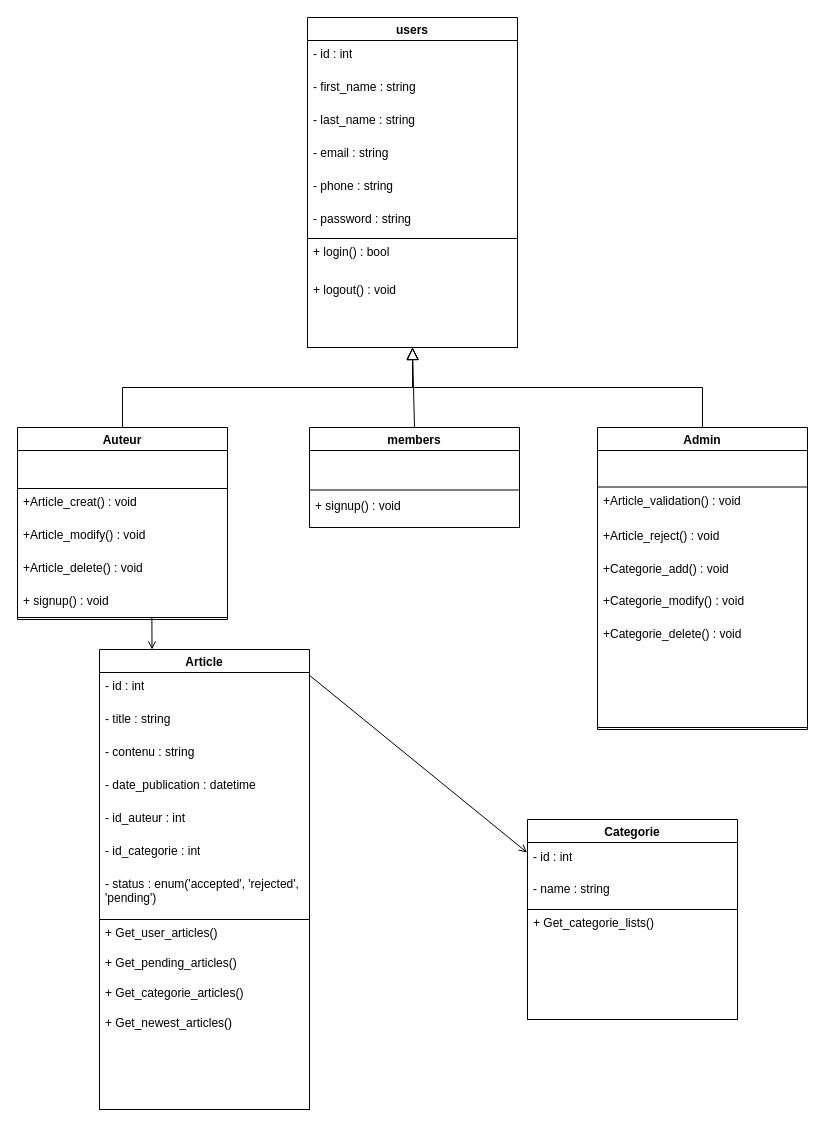
Earlier version of the draw.io diagram UML/diagram_de_classe.drawio (Abderrahman-Ahouari/brief-9-culture-sharing-platform). Source tidied: cells renumbered, new cells numbered last; positions are measured from the earlier drawing's top-left corner, leaving out a move shared by most shapes. Both pictures are drawn from the tidied source at 100%, with x=0, y=0 at pixel (17, 17).
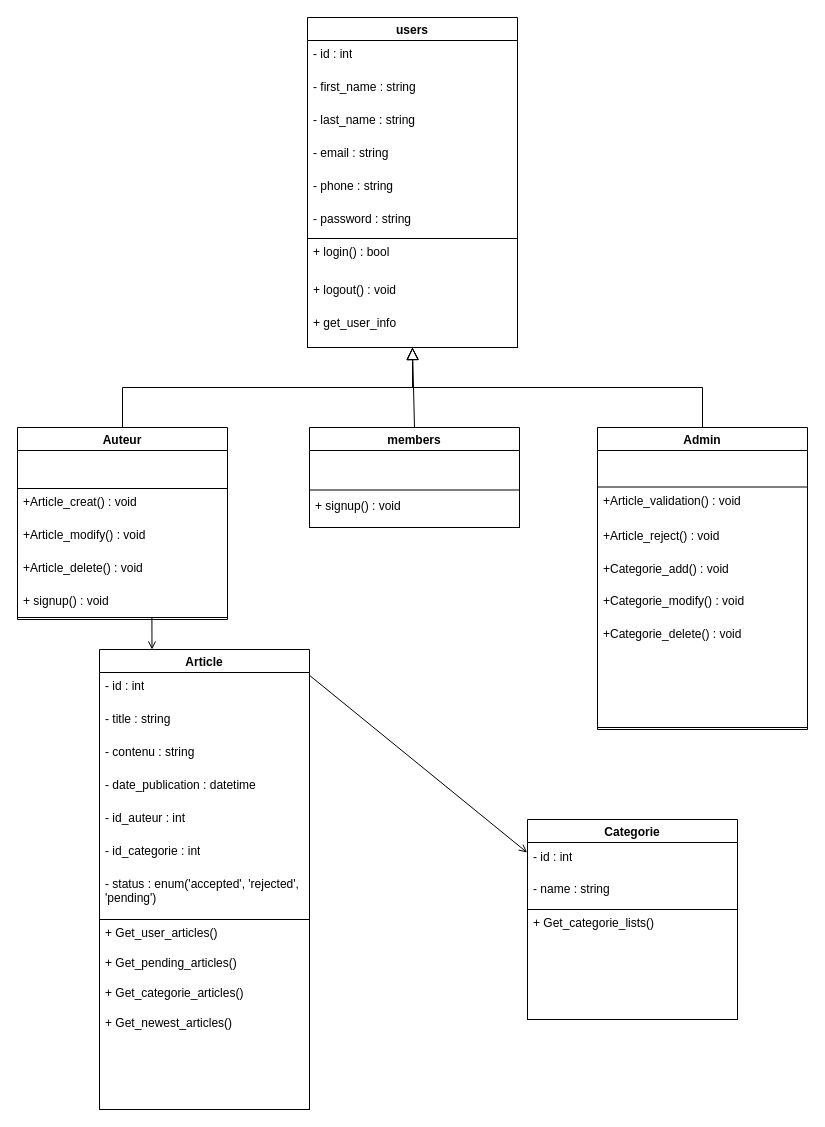
The same diagram, later.

Commit message (it also covers changes not shown here):
the author can see his profile info correctly and now i am gonna start on adding article

Unchanged cells that the change refers to:
```xml
<mxCell id="2" value="users" style="swimlane;" parent="1" vertex="1">
  <mxGeometry x="290" width="210" height="330" as="geometry" />
</mxCell>
```

Change to the diagram source:
```diff
@@
+    <mxCell id="51" value="+ get_user_info" style="text;strokeColor=none;fillColor=none;align=left;verticalAlign=top;spacingLeft=4;spacingRight=4;overflow=hidden;whiteSpace=wrap;html=1;" parent="2" vertex="1">
+      <mxGeometry y="292" width="210" height="33" as="geometry" />
+    </mxCell>
```
